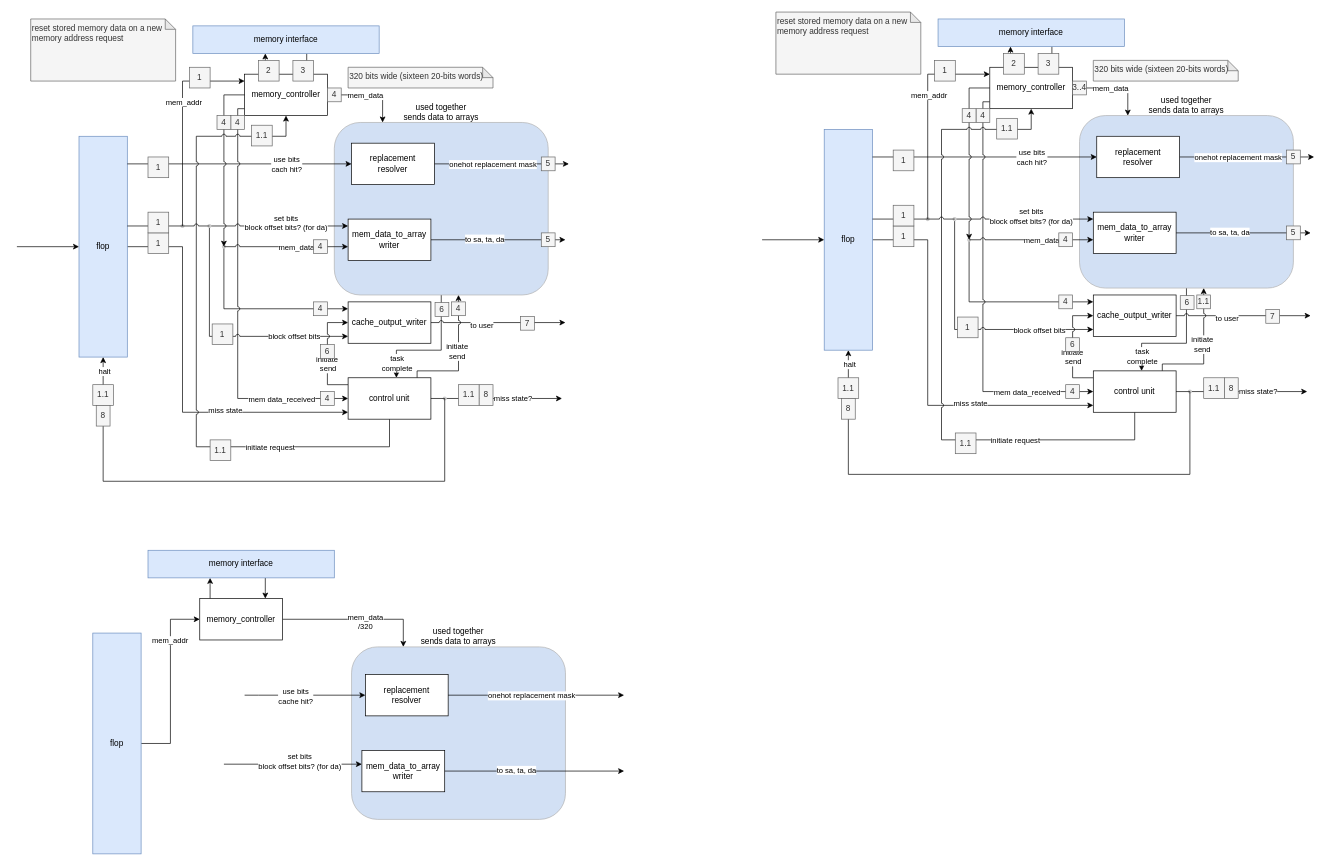
Dara-O/instruction_cache keeps this draw.io diagram as page "miss handler" (2 of 2) of diagrams/cache_architecture.drawio. Above is the earlier version. Source tidied: cells renumbered, new cells numbered last; positions are measured from the earlier drawing's top-left corner, leaving out a move shared by most shapes. Both pictures are drawn from the tidied source at 69%, with x=0, y=0 at pixel (17, 12).
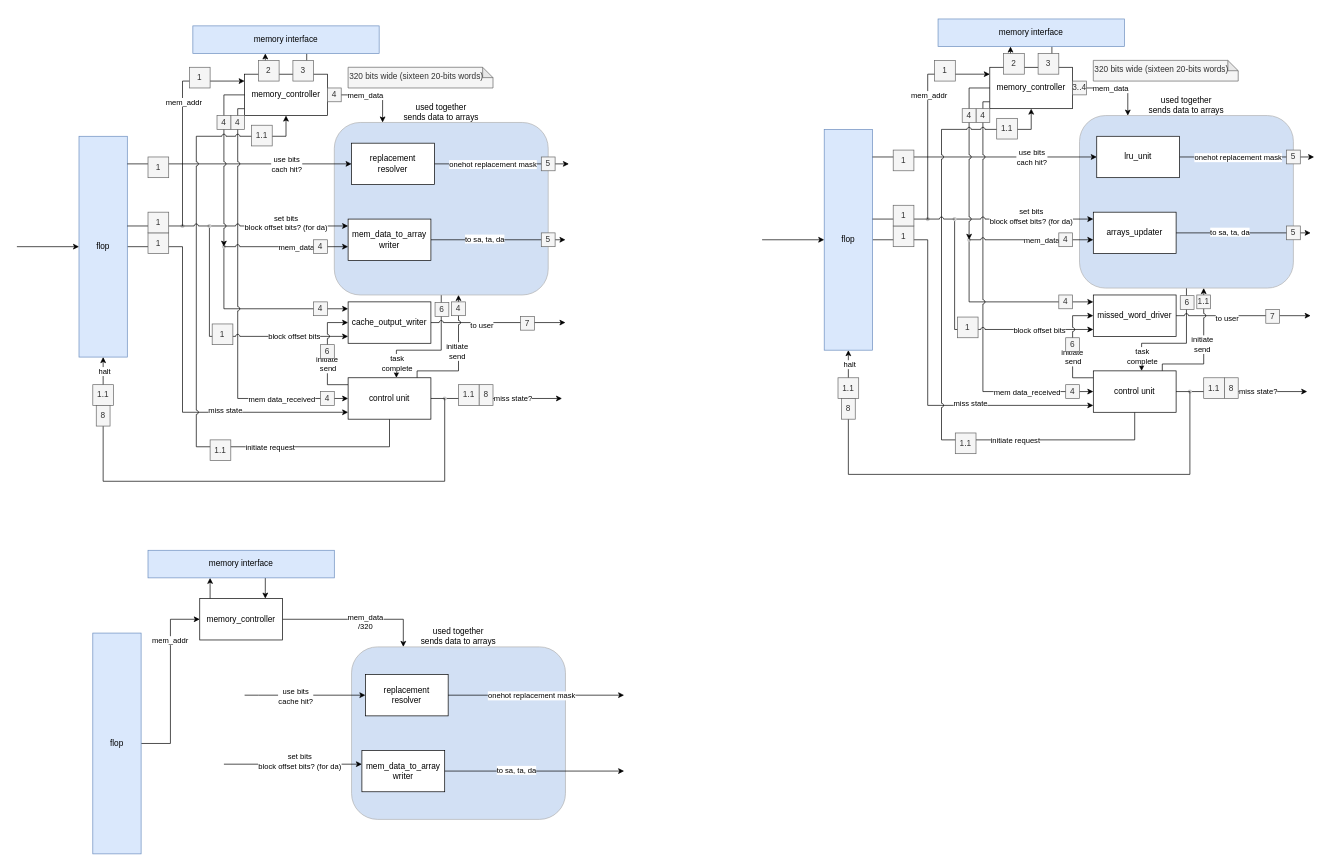
The same diagram, later.

Diff of the diagram source:
```diff
@@
-    <mxCell id="59" value="reset stored memory data on a new memory address request" style="shape=note;whiteSpace=wrap;html=1;backgroundOutline=1;darkOpacity=0.05;size=15;fillColor=#f5f5f5;fontColor=#333333;strokeColor=#666666;align=left;horizontal=1;verticalAlign=top;" parent="1" vertex="1">
-      <mxGeometry x="20" y="10" width="210" height="90" as="geometry" />
-    </mxCell>
@@
-    <mxCell id="92" value="replacement&lt;br&gt;resolver" style="rounded=0;whiteSpace=wrap;html=1;strokeWidth=1;" parent="1" vertex="1">
+    <mxCell id="92" value="lru_unit" style="rounded=0;whiteSpace=wrap;html=1;strokeWidth=1;" parent="1" vertex="1">
       <mxGeometry x="1565" y="180" width="120" height="60" as="geometry" />
     </mxCell>
@@
-    <mxCell id="97" value="mem_data_to_array writer" style="rounded=0;whiteSpace=wrap;html=1;strokeWidth=1;" parent="1" vertex="1">
+    <mxCell id="97" value="arrays_updater" style="rounded=0;whiteSpace=wrap;html=1;strokeWidth=1;" parent="1" vertex="1">
       <mxGeometry x="1560" y="290" width="120" height="60" as="geometry" />
     </mxCell>
@@
-    <mxCell id="100" value="cache_output_writer" style="rounded=0;whiteSpace=wrap;html=1;strokeWidth=1;" parent="1" vertex="1">
+    <mxCell id="100" value="missed_word_driver" style="rounded=0;whiteSpace=wrap;html=1;strokeWidth=1;" parent="1" vertex="1">
       <mxGeometry x="1560" y="410" width="120" height="60" as="geometry" />
     </mxCell>
@@
-    <mxCell id="139" value="reset stored memory data on a new memory address request" style="shape=note;whiteSpace=wrap;html=1;backgroundOutline=1;darkOpacity=0.05;size=15;fillColor=#f5f5f5;fontColor=#333333;strokeColor=#666666;align=left;horizontal=1;verticalAlign=top;" parent="1" vertex="1">
-      <mxGeometry x="1100" width="210" height="90" as="geometry" />
-    </mxCell>
```
